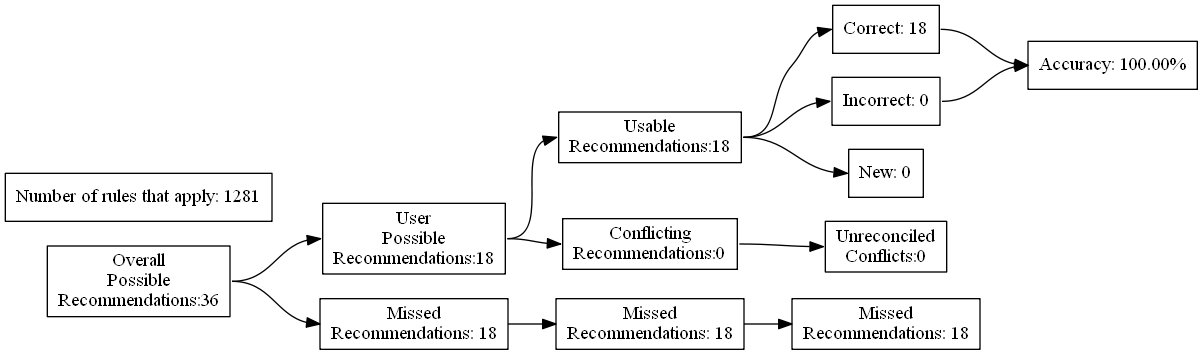
Earlier version of the Graphviz export test_renders/1.gv.png (ZaxR/ibd_diet_analysis). Its source is kept beside it as test_renders/1.gv.
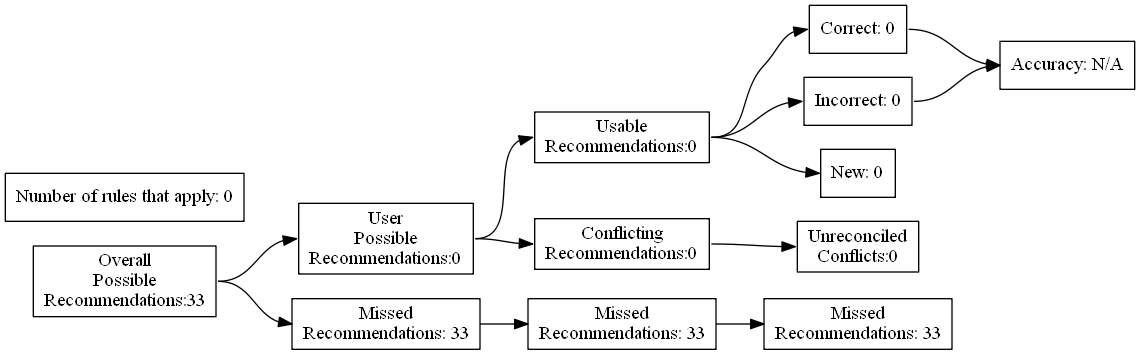
Above is the later version.

The edit, as a diff of the source:
```diff
@@ -4,27 +4,27 @@
 	edge [headport=w tailport=e]
 		A [label="Overall
 Possible
-Recommendations:36"]
+Recommendations:33"]
 		B [label="User
 Possible
-Recommendations:18"]
+Recommendations:0"]
 		C [label="Missed
-Recommendations: 18"]
+Recommendations: 33"]
 		D [label="Usable
-Recommendations:18"]
+Recommendations:0"]
 		E [label="Conflicting
 Recommendations:0"]
 		J [label="Missed
-Recommendations: 18"]
+Recommendations: 33"]
 		M [label="Unreconciled
 Conflicts:0"]
-		F [label="Correct: 18"]
+		F [label="Correct: 0"]
 		G [label="Incorrect: 0"]
 		H [label="New: 0"]
 		K [label="Missed
-Recommendations: 18"]
-		I [label="Accuracy: 100.00%"]
-		l [label="Number of rules that apply: 1281"]
+Recommendations: 33"]
+		I [label="Accuracy: N/A"]
+		l [label="Number of rules that apply: 0"]
 			A -> B
 			A -> C
 			B -> D
```
